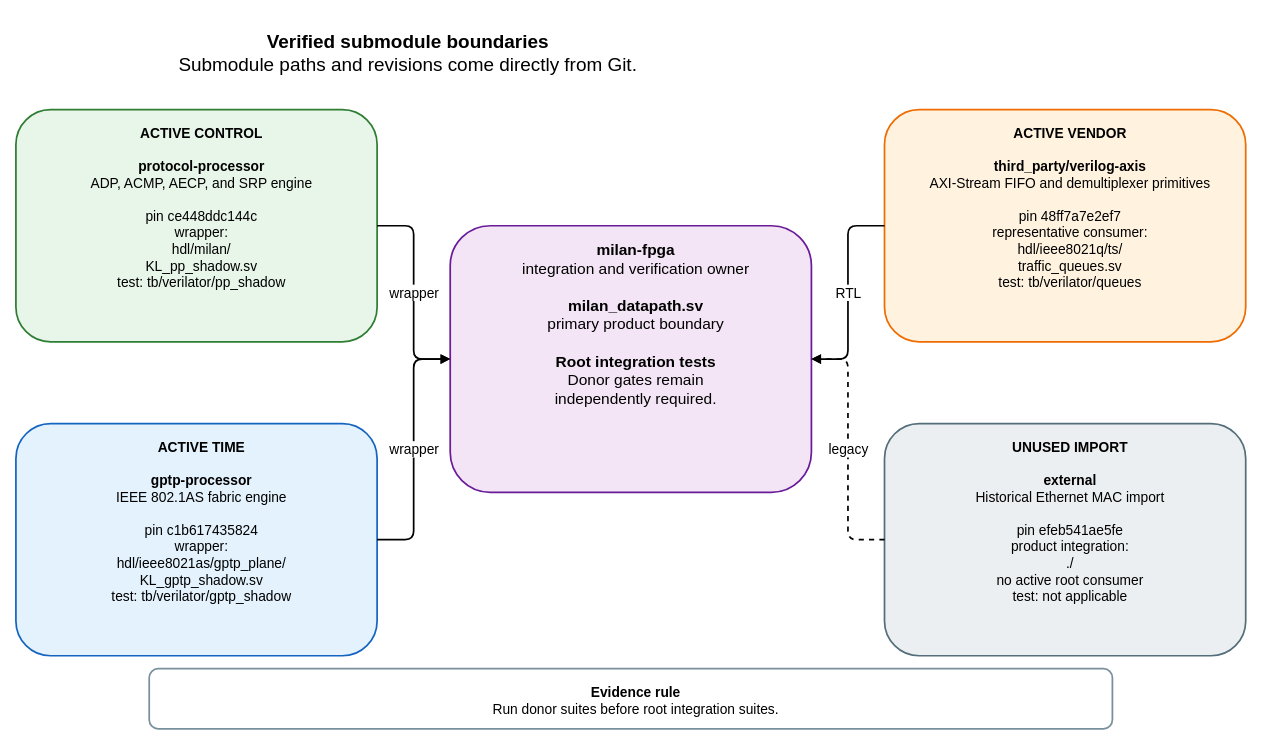
Above: docs/diagrams/submodule_boundaries.drawio in kebag-logic/milan-fpga (draw.io), before the change. Source tidied: cells renumbered, new cells numbered last; positions are measured from the earlier drawing's top-left corner, leaving out a move shared by most shapes. Both pictures are drawn from the tidied source at 86%, with x=0, y=0 at pixel (15, 15).
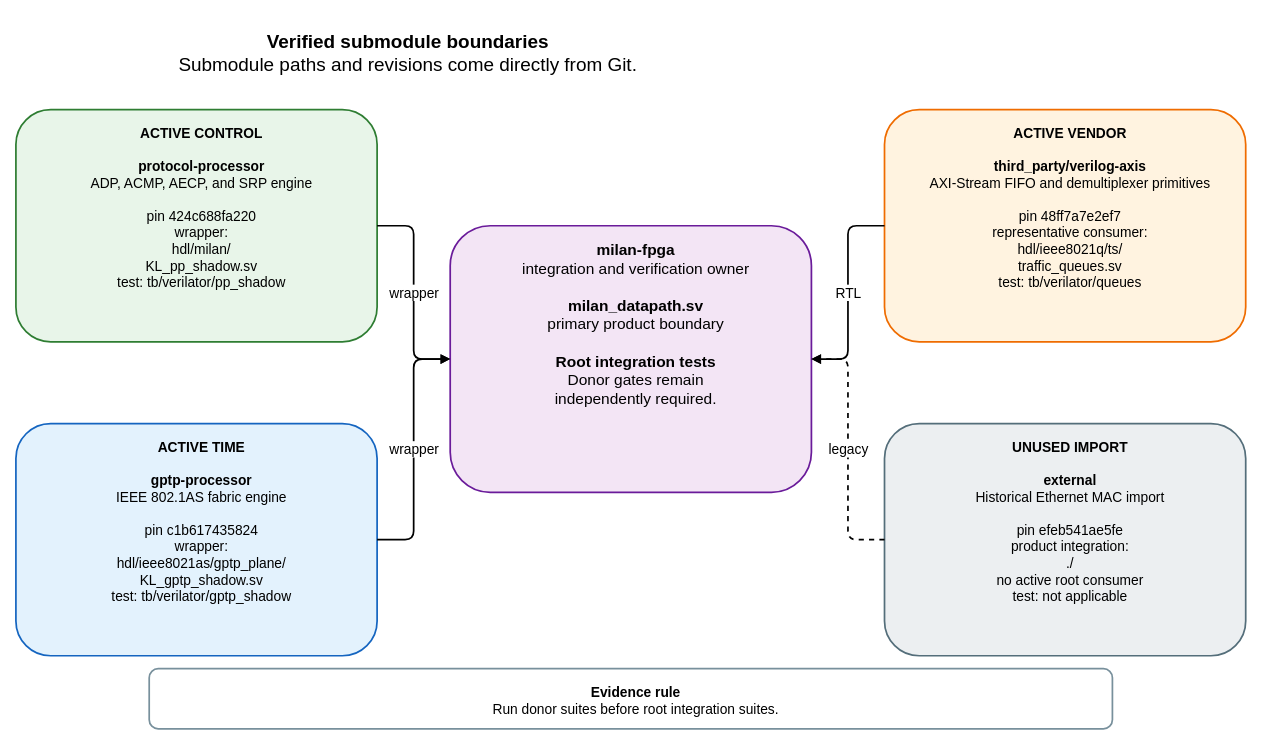
After the change.

Diff of the diagram source:
```diff
@@
 <mxGraphModel>
   <root>
     <mxCell id="0" />
     <mxCell id="1" parent="0" />
     <mxCell id="2" value="&lt;b&gt;Verified submodule boundaries&lt;/b&gt;&lt;br&gt;Submodule paths and revisions come directly from Git." style="rounded=1;whiteSpace=wrap;html=1;verticalAlign=top;spacingTop=12;spacingLeft=12;fontSize=22;fontFamily=Helvetica;fillColor=none;strokeColor=none;strokeWidth=2;" parent="1" vertex="1">
       <mxGeometry width="900" height="65" as="geometry" />
     </mxCell>
     <mxCell id="3" value="&lt;b&gt;milan-fpga&lt;/b&gt;&lt;br&gt;integration and verification owner&lt;br&gt;&lt;br&gt;&lt;b&gt;milan_datapath.sv&lt;/b&gt;&lt;br&gt;primary product boundary&lt;br&gt;&lt;br&gt;&lt;b&gt;Root integration tests&lt;/b&gt;&lt;br&gt;Donor gates remain&lt;br&gt;independently required." style="rounded=1;whiteSpace=wrap;html=1;verticalAlign=top;spacingTop=12;spacingLeft=12;fontSize=18;fontFamily=Helvetica;fillColor=#F3E5F5;strokeColor=#6A1B9A;strokeWidth=2;" parent="1" vertex="1">
       <mxGeometry x="505" y="245" width="420" height="310" as="geometry" />
     </mxCell>
-    <mxCell id="4" value="&lt;b&gt;ACTIVE CONTROL&lt;/b&gt;&lt;br&gt;&lt;br&gt;&lt;b&gt;protocol-processor&lt;/b&gt;&lt;br&gt;ADP, ACMP, AECP, and SRP engine&lt;br&gt;&lt;br&gt;pin ce448ddc144c&lt;br&gt;wrapper:&lt;br&gt;hdl/milan/&lt;br&gt;KL_pp_shadow.sv&lt;br&gt;test: tb/verilator/pp_shadow" style="rounded=1;whiteSpace=wrap;html=1;verticalAlign=top;spacingTop=12;spacingLeft=12;fontSize=16;fontFamily=Helvetica;fillColor=#E8F5E9;strokeColor=#2E7D32;strokeWidth=2;" parent="1" vertex="1">
+    <mxCell id="4" value="&lt;b&gt;ACTIVE CONTROL&lt;/b&gt;&lt;br&gt;&lt;br&gt;&lt;b&gt;protocol-processor&lt;/b&gt;&lt;br&gt;ADP, ACMP, AECP, and SRP engine&lt;br&gt;&lt;br&gt;pin 424c688fa220&lt;br&gt;wrapper:&lt;br&gt;hdl/milan/&lt;br&gt;KL_pp_shadow.sv&lt;br&gt;test: tb/verilator/pp_shadow" style="rounded=1;whiteSpace=wrap;html=1;verticalAlign=top;spacingTop=12;spacingLeft=12;fontSize=16;fontFamily=Helvetica;fillColor=#E8F5E9;strokeColor=#2E7D32;strokeWidth=2;" parent="1" vertex="1">
       <mxGeometry y="110" width="420" height="270" as="geometry" />
     </mxCell>
     <mxCell id="5" value="&lt;b&gt;ACTIVE TIME&lt;/b&gt;&lt;br&gt;&lt;br&gt;&lt;b&gt;gptp-processor&lt;/b&gt;&lt;br&gt;IEEE 802.1AS fabric engine&lt;br&gt;&lt;br&gt;pin c1b617435824&lt;br&gt;wrapper:&lt;br&gt;hdl/ieee8021as/gptp_plane/&lt;br&gt;KL_gptp_shadow.sv&lt;br&gt;test: tb/verilator/gptp_shadow" style="rounded=1;whiteSpace=wrap;html=1;verticalAlign=top;spacingTop=12;spacingLeft=12;fontSize=16;fontFamily=Helvetica;fillColor=#E3F2FD;strokeColor=#1565C0;strokeWidth=2;" parent="1" vertex="1">
       <mxGeometry y="475" width="420" height="270" as="geometry" />
     </mxCell>
     <mxCell id="6" value="&lt;b&gt;ACTIVE VENDOR&lt;/b&gt;&lt;br&gt;&lt;br&gt;&lt;b&gt;third_party/verilog-axis&lt;/b&gt;&lt;br&gt;AXI-Stream FIFO and demultiplexer primitives&lt;br&gt;&lt;br&gt;pin 48ff7a7e2ef7&lt;br&gt;representative consumer:&lt;br&gt;hdl/ieee8021q/ts/&lt;br&gt;traffic_queues.sv&lt;br&gt;test: tb/verilator/queues" style="rounded=1;whiteSpace=wrap;html=1;verticalAlign=top;spacingTop=12;spacingLeft=12;fontSize=16;fontFamily=Helvetica;fillColor=#FFF3E0;strokeColor=#EF6C00;strokeWidth=2;" parent="1" vertex="1">
       <mxGeometry x="1010" y="110" width="420" height="270" as="geometry" />
     </mxCell>
     <mxCell id="7" value="&lt;b&gt;UNUSED IMPORT&lt;/b&gt;&lt;br&gt;&lt;br&gt;&lt;b&gt;external&lt;/b&gt;&lt;br&gt;Historical Ethernet MAC import&lt;br&gt;&lt;br&gt;pin efeb541ae5fe&lt;br&gt;product integration:&lt;br&gt;./&lt;br&gt;no active root consumer&lt;br&gt;test: not applicable" style="rounded=1;whiteSpace=wrap;html=1;verticalAlign=top;spacingTop=12;spacingLeft=12;fontSize=16;fontFamily=Helvetica;fillColor=#ECEFF1;strokeColor=#546E7A;strokeWidth=2;" parent="1" vertex="1">
       <mxGeometry x="1010" y="475" width="420" height="270" as="geometry" />
     </mxCell>
     <mxCell id="8" value="wrapper" style="edgeStyle=orthogonalEdgeStyle;rounded=1;jettySize=auto;html=1;endArrow=block;endFill=1;strokeWidth=2;fontSize=16;fontFamily=Helvetica;labelBackgroundColor=#FFFFFF;" parent="1" edge="1" source="4" target="3">
       <mxGeometry relative="1" as="geometry" />
     </mxCell>
     <mxCell id="9" value="wrapper" style="edgeStyle=orthogonalEdgeStyle;rounded=1;jettySize=auto;html=1;endArrow=block;endFill=1;strokeWidth=2;fontSize=16;fontFamily=Helvetica;labelBackgroundColor=#FFFFFF;" parent="1" edge="1" source="5" target="3">
       <mxGeometry relative="1" as="geometry" />
     </mxCell>
     <mxCell id="10" value="RTL" style="edgeStyle=orthogonalEdgeStyle;rounded=1;jettySize=auto;html=1;endArrow=block;endFill=1;strokeWidth=2;fontSize=16;fontFamily=Helvetica;labelBackgroundColor=#FFFFFF;" parent="1" edge="1" source="6" target="3">
       <mxGeometry relative="1" as="geometry" />
     </mxCell>
     <mxCell id="11" value="legacy" style="edgeStyle=orthogonalEdgeStyle;rounded=1;jettySize=auto;html=1;endArrow=block;endFill=1;strokeWidth=2;fontSize=16;fontFamily=Helvetica;labelBackgroundColor=#FFFFFF;dashed=1;" parent="1" edge="1" source="7" target="3">
       <mxGeometry relative="1" as="geometry" />
     </mxCell>
     <mxCell id="12" value="&lt;b&gt;Evidence rule&lt;/b&gt;&lt;br&gt;Run donor suites before root integration suites." style="rounded=1;whiteSpace=wrap;html=1;verticalAlign=top;spacingTop=12;spacingLeft=12;fontSize=16;fontFamily=Helvetica;fillColor=#FFFFFF;strokeColor=#78909C;strokeWidth=2;" parent="1" vertex="1">
       <mxGeometry x="155" y="760" width="1120" height="70" as="geometry" />
     </mxCell>
   </root>
 </mxGraphModel>
```
